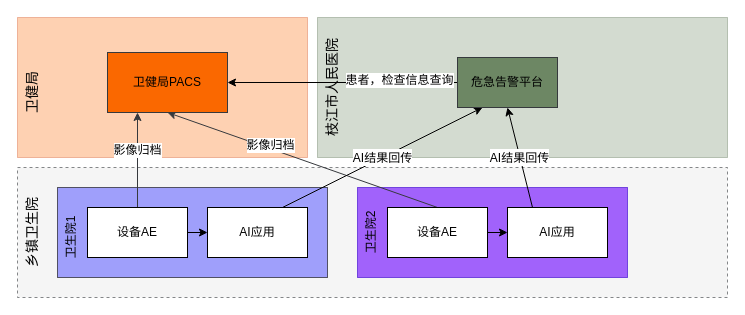
Earlier version of the draw.io diagram uih/千县-枝江危急告警平台-数据流图-v2.drawio (xzs603/draw.io). Source tidied: cells renumbered, new cells numbered last; positions are measured from the earlier drawing's top-left corner, leaving out a move shared by most shapes. Both pictures are drawn from the tidied source at 100%, with x=0, y=0 at pixel (17, 17).
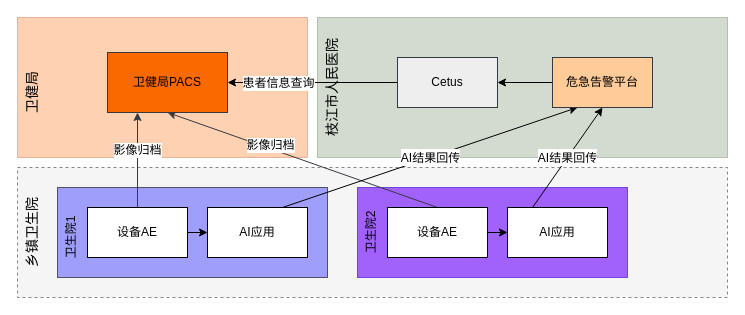
The same page after the edit.

The change refers to these unchanged cells:
```xml
<mxCell id="16" value="AI应用" style="rounded=0;whiteSpace=wrap;html=1;" parent="1" vertex="1">
  <mxGeometry x="190" y="190" width="100" height="50" as="geometry" />
</mxCell>
<mxCell id="18" value="AI应用" style="rounded=0;whiteSpace=wrap;html=1;" parent="1" vertex="1">
  <mxGeometry x="490" y="190" width="100" height="50" as="geometry" />
</mxCell>
<mxCell id="19" style="edgeStyle=none;rounded=0;jettySize=auto;html=1;exitX=0;exitY=0.5;exitDx=0;exitDy=0;fontSize=12;" parent="1" edge="1" source="21" target="14">
  <mxGeometry relative="1" as="geometry" />
</mxCell>
```

Diff of the diagram source:
```diff
@@
-    <mxCell id="15" value="&lt;font style=&quot;font-size: 12px&quot;&gt;AI结果回传&lt;/font&gt;" style="edgeStyle=none;rounded=0;jettySize=auto;html=1;exitX=0.75;exitY=0;exitDx=0;exitDy=0;entryX=0.25;entryY=1;entryDx=0;entryDy=0;fontSize=14;" parent="1" edge="1" source="16" target="21">
+    <mxCell id="15" value="&lt;font style=&quot;font-size: 12px&quot;&gt;AI结果回传&lt;/font&gt;" style="edgeStyle=none;rounded=0;jettySize=auto;html=1;exitX=0.75;exitY=0;exitDx=0;exitDy=0;entryX=0.25;entryY=1;entryDx=0;entryDy=0;fontSize=14;" parent="1" edge="1" source="16" target="30">
       <mxGeometry relative="1" as="geometry" />
     </mxCell>
@@
-    <mxCell id="17" value="&lt;font style=&quot;font-size: 12px&quot;&gt;AI结果回传&lt;/font&gt;" style="edgeStyle=none;rounded=0;jettySize=auto;html=1;exitX=0.25;exitY=0;exitDx=0;exitDy=0;entryX=0.5;entryY=1;entryDx=0;entryDy=0;fontSize=14;" parent="1" edge="1" source="18" target="21">
+    <mxCell id="17" value="&lt;font style=&quot;font-size: 12px&quot;&gt;AI结果回传&lt;/font&gt;" style="edgeStyle=none;rounded=0;jettySize=auto;html=1;exitX=0.25;exitY=0;exitDx=0;exitDy=0;entryX=0.5;entryY=1;entryDx=0;entryDy=0;fontSize=14;" parent="1" edge="1" source="18" target="30">
       <mxGeometry relative="1" as="geometry" />
     </mxCell>
@@
-    <mxCell id="20" value="患者，检查信息查询" style="edgeLabel;html=1;align=center;verticalAlign=middle;fontSize=12;" parent="19" vertex="1">
+    <mxCell id="20" value="患者信息查询" style="edgeLabel;html=1;align=center;verticalAlign=middle;fontSize=12;" parent="19" vertex="1">
       <mxGeometry x="-0.53" y="5" relative="1" as="geometry">
-        <mxPoint x="-5" y="-8" as="offset" />
+        <mxPoint x="-80" y="-5" as="offset" />
       </mxGeometry>
     </mxCell>
-    <mxCell id="21" value="危急告警平台" style="rounded=0;whiteSpace=wrap;html=1;strokeColor=#36393d;fillColor=#6D8764;" parent="1" vertex="1">
-      <mxGeometry x="440" y="40" width="100" height="50" as="geometry" />
+    <mxCell id="21" value="Cetus" style="rounded=0;whiteSpace=wrap;html=1;strokeColor=#36393d;fillColor=#eeeeee;" parent="1" vertex="1">
+      <mxGeometry x="380" y="40" width="100" height="50" as="geometry" />
     </mxCell>
@@
+    <mxCell id="29" style="edgeStyle=orthogonalEdgeStyle;rounded=0;jettySize=auto;html=1;exitX=0;exitY=0.5;exitDx=0;exitDy=0;entryX=1;entryY=0.5;entryDx=0;entryDy=0;" parent="1" edge="1" source="30" target="21">
+      <mxGeometry relative="1" as="geometry" />
+    </mxCell>
+    <mxCell id="30" value="危急告警平台" style="rounded=0;whiteSpace=wrap;html=1;strokeColor=#36393d;fillColor=#ffcc99;" parent="1" vertex="1">
+      <mxGeometry x="535" y="40" width="100" height="50" as="geometry" />
+    </mxCell>
```
